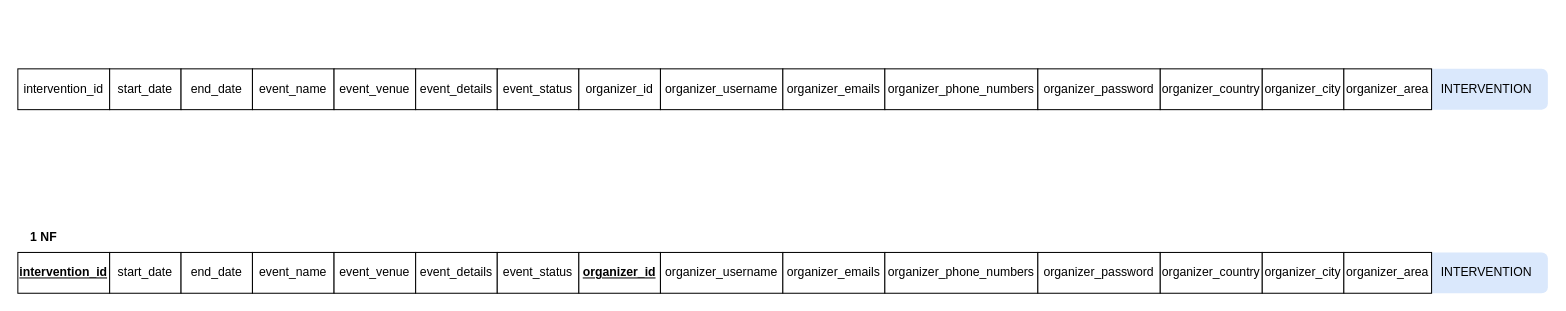
Above: normalization.drawio in BloodRiver/public-health-interventions (draw.io), before the change. Source tidied: cells renumbered, new cells numbered last; positions are measured from the earlier drawing's top-left corner, leaving out a move shared by most shapes. Both pictures are drawn from the tidied source at 102%, with x=0, y=0 at pixel (17, 68).
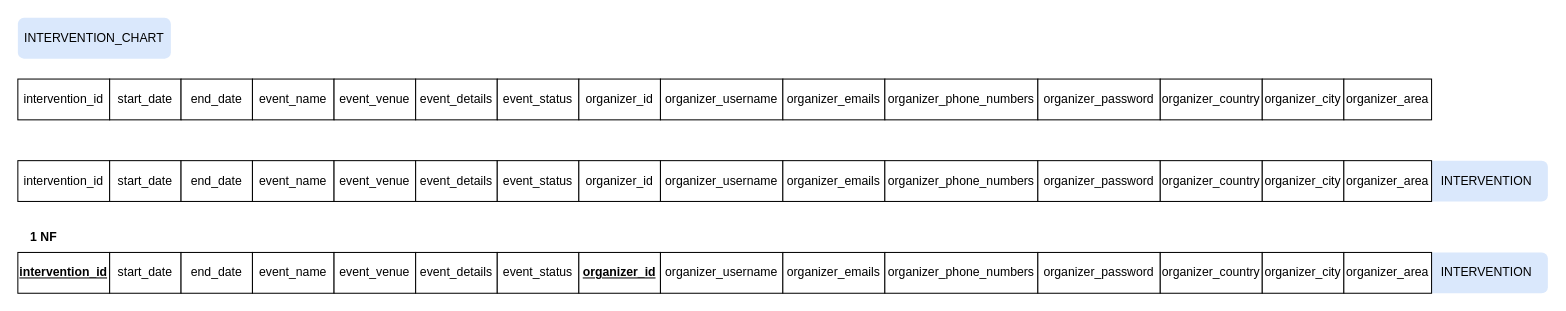
After the change.

What changed in the source:
```diff
@@
+    <mxCell id="35" value="INTERVENTION" style="rounded=1;whiteSpace=wrap;html=1;fillColor=#dae8fc;strokeColor=none;" parent="1" vertex="1">
+      <mxGeometry x="1380" y="90" width="120" height="40" as="geometry" />
+    </mxCell>
-    <mxCell id="2" value="INTERVENTION" style="rounded=1;whiteSpace=wrap;html=1;fillColor=#dae8fc;strokeColor=none;" parent="1" vertex="1">
-      <mxGeometry x="1380" width="120" height="40" as="geometry" />
+    <mxCell id="2" value="INTERVENTION_CHART" style="rounded=1;whiteSpace=wrap;html=1;fillColor=#dae8fc;strokeColor=none;" parent="1" vertex="1">
+      <mxGeometry y="-50" width="150" height="40" as="geometry" />
     </mxCell>
     <mxCell id="3" value="intervention_id" style="rounded=0;whiteSpace=wrap;html=1;" parent="1" vertex="1">
-      <mxGeometry width="90" height="40" as="geometry" />
+      <mxGeometry y="90" width="90" height="40" as="geometry" />
     </mxCell>
     <mxCell id="4" value="start_date" style="rounded=0;whiteSpace=wrap;html=1;" parent="1" vertex="1">
-      <mxGeometry x="90" width="70" height="40" as="geometry" />
+      <mxGeometry x="90" y="90" width="70" height="40" as="geometry" />
     </mxCell>
     <mxCell id="5" value="end_date" style="rounded=0;whiteSpace=wrap;html=1;" parent="1" vertex="1">
-      <mxGeometry x="160" width="70" height="40" as="geometry" />
+      <mxGeometry x="160" y="90" width="70" height="40" as="geometry" />
     </mxCell>
     <mxCell id="6" value="event_name" style="rounded=0;whiteSpace=wrap;html=1;" parent="1" vertex="1">
-      <mxGeometry x="230" width="80" height="40" as="geometry" />
+      <mxGeometry x="230" y="90" width="80" height="40" as="geometry" />
     </mxCell>
     <mxCell id="7" value="event_venue" style="rounded=0;whiteSpace=wrap;html=1;" parent="1" vertex="1">
-      <mxGeometry x="310" width="80" height="40" as="geometry" />
+      <mxGeometry x="310" y="90" width="80" height="40" as="geometry" />
     </mxCell>
     <mxCell id="8" value="event_details" style="rounded=0;whiteSpace=wrap;html=1;" parent="1" vertex="1">
-      <mxGeometry x="390" width="80" height="40" as="geometry" />
+      <mxGeometry x="390" y="90" width="80" height="40" as="geometry" />
     </mxCell>
     <mxCell id="9" value="event_status" style="rounded=0;whiteSpace=wrap;html=1;" parent="1" vertex="1">
-      <mxGeometry x="470" width="80" height="40" as="geometry" />
+      <mxGeometry x="470" y="90" width="80" height="40" as="geometry" />
     </mxCell>
     <mxCell id="10" value="organizer_id" style="rounded=0;whiteSpace=wrap;html=1;" parent="1" vertex="1">
-      <mxGeometry x="550" width="80" height="40" as="geometry" />
+      <mxGeometry x="550" y="90" width="80" height="40" as="geometry" />
     </mxCell>
     <mxCell id="11" value="organizer_username" style="rounded=0;whiteSpace=wrap;html=1;" parent="1" vertex="1">
-      <mxGeometry x="630" width="120" height="40" as="geometry" />
+      <mxGeometry x="630" y="90" width="120" height="40" as="geometry" />
     </mxCell>
     <mxCell id="12" value="organizer_emails" style="rounded=0;whiteSpace=wrap;html=1;" parent="1" vertex="1">
-      <mxGeometry x="750" width="100" height="40" as="geometry" />
+      <mxGeometry x="750" y="90" width="100" height="40" as="geometry" />
     </mxCell>
     <mxCell id="13" value="organizer_phone_numbers" style="rounded=0;whiteSpace=wrap;html=1;" parent="1" vertex="1">
-      <mxGeometry x="850" width="150" height="40" as="geometry" />
+      <mxGeometry x="850" y="90" width="150" height="40" as="geometry" />
     </mxCell>
     <mxCell id="14" value="organizer_password" style="rounded=0;whiteSpace=wrap;html=1;" parent="1" vertex="1">
-      <mxGeometry x="1000" width="120" height="40" as="geometry" />
+      <mxGeometry x="1000" y="90" width="120" height="40" as="geometry" />
     </mxCell>
     <mxCell id="15" value="organizer_country" style="rounded=0;whiteSpace=wrap;html=1;" parent="1" vertex="1">
-      <mxGeometry x="1120" width="100" height="40" as="geometry" />
+      <mxGeometry x="1120" y="90" width="100" height="40" as="geometry" />
     </mxCell>
     <mxCell id="16" value="organizer_city" style="rounded=0;whiteSpace=wrap;html=1;" parent="1" vertex="1">
-      <mxGeometry x="1220" width="80" height="40" as="geometry" />
+      <mxGeometry x="1220" y="90" width="80" height="40" as="geometry" />
     </mxCell>
     <mxCell id="17" value="organizer_area" style="rounded=0;whiteSpace=wrap;html=1;" parent="1" vertex="1">
-      <mxGeometry x="1300" width="86" height="40" as="geometry" />
+      <mxGeometry x="1300" y="90" width="86" height="40" as="geometry" />
     </mxCell>
@@
+    <mxCell id="36" value="intervention_id" style="rounded=0;whiteSpace=wrap;html=1;" parent="1" vertex="1">
+      <mxGeometry y="10" width="90" height="40" as="geometry" />
+    </mxCell>
+    <mxCell id="37" value="start_date" style="rounded=0;whiteSpace=wrap;html=1;" parent="1" vertex="1">
+      <mxGeometry x="90" y="10" width="70" height="40" as="geometry" />
+    </mxCell>
+    <mxCell id="38" value="end_date" style="rounded=0;whiteSpace=wrap;html=1;" parent="1" vertex="1">
+      <mxGeometry x="160" y="10" width="70" height="40" as="geometry" />
+    </mxCell>
+    <mxCell id="39" value="event_name" style="rounded=0;whiteSpace=wrap;html=1;" parent="1" vertex="1">
+      <mxGeometry x="230" y="10" width="80" height="40" as="geometry" />
+    </mxCell>
+    <mxCell id="40" value="event_venue" style="rounded=0;whiteSpace=wrap;html=1;" parent="1" vertex="1">
+      <mxGeometry x="310" y="10" width="80" height="40" as="geometry" />
+    </mxCell>
+    <mxCell id="41" value="event_details" style="rounded=0;whiteSpace=wrap;html=1;" parent="1" vertex="1">
+      <mxGeometry x="390" y="10" width="80" height="40" as="geometry" />
+    </mxCell>
+    <mxCell id="42" value="event_status" style="rounded=0;whiteSpace=wrap;html=1;" parent="1" vertex="1">
+      <mxGeometry x="470" y="10" width="80" height="40" as="geometry" />
+    </mxCell>
+    <mxCell id="43" value="organizer_id" style="rounded=0;whiteSpace=wrap;html=1;" parent="1" vertex="1">
+      <mxGeometry x="550" y="10" width="80" height="40" as="geometry" />
+    </mxCell>
+    <mxCell id="44" value="organizer_username" style="rounded=0;whiteSpace=wrap;html=1;" parent="1" vertex="1">
+      <mxGeometry x="630" y="10" width="120" height="40" as="geometry" />
+    </mxCell>
+    <mxCell id="45" value="organizer_emails" style="rounded=0;whiteSpace=wrap;html=1;" parent="1" vertex="1">
+      <mxGeometry x="750" y="10" width="100" height="40" as="geometry" />
+    </mxCell>
+    <mxCell id="46" value="organizer_phone_numbers" style="rounded=0;whiteSpace=wrap;html=1;" parent="1" vertex="1">
+      <mxGeometry x="850" y="10" width="150" height="40" as="geometry" />
+    </mxCell>
+    <mxCell id="47" value="organizer_password" style="rounded=0;whiteSpace=wrap;html=1;" parent="1" vertex="1">
+      <mxGeometry x="1000" y="10" width="120" height="40" as="geometry" />
+    </mxCell>
+    <mxCell id="48" value="organizer_country" style="rounded=0;whiteSpace=wrap;html=1;" parent="1" vertex="1">
+      <mxGeometry x="1120" y="10" width="100" height="40" as="geometry" />
+    </mxCell>
+    <mxCell id="49" value="organizer_city" style="rounded=0;whiteSpace=wrap;html=1;" parent="1" vertex="1">
+      <mxGeometry x="1220" y="10" width="80" height="40" as="geometry" />
+    </mxCell>
+    <mxCell id="50" value="organizer_area" style="rounded=0;whiteSpace=wrap;html=1;" parent="1" vertex="1">
+      <mxGeometry x="1300" y="10" width="86" height="40" as="geometry" />
+    </mxCell>
```
